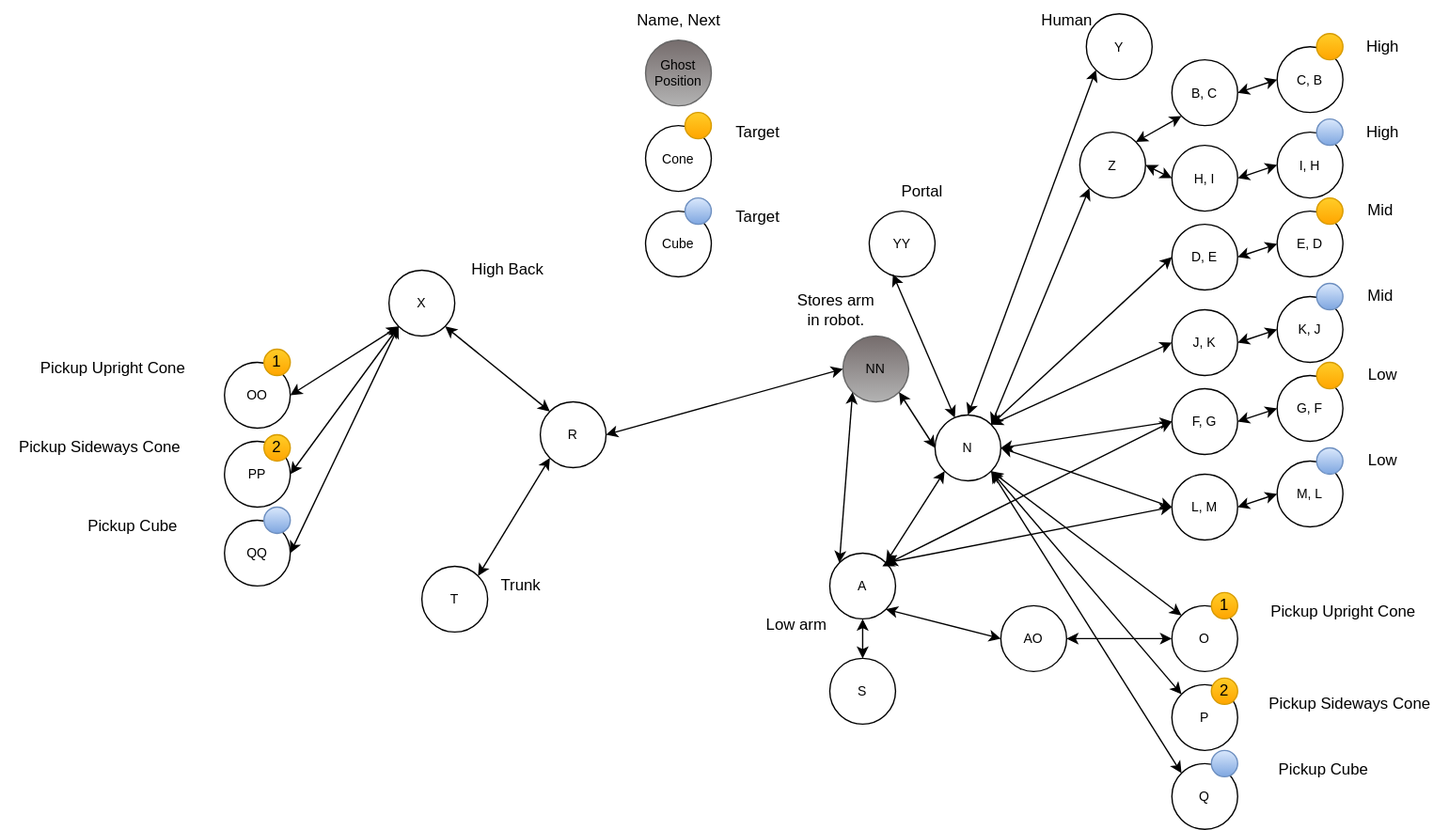
Earlier version of the draw.io export src/main/java/frc/robot/subsystems/Arm/arm.drawio.svg (RossRambotics/2023-ChargedUp). Source tidied: cells renumbered, new cells last; positions are measured from the earlier drawing's top-left corner, leaving out a move shared by most shapes.
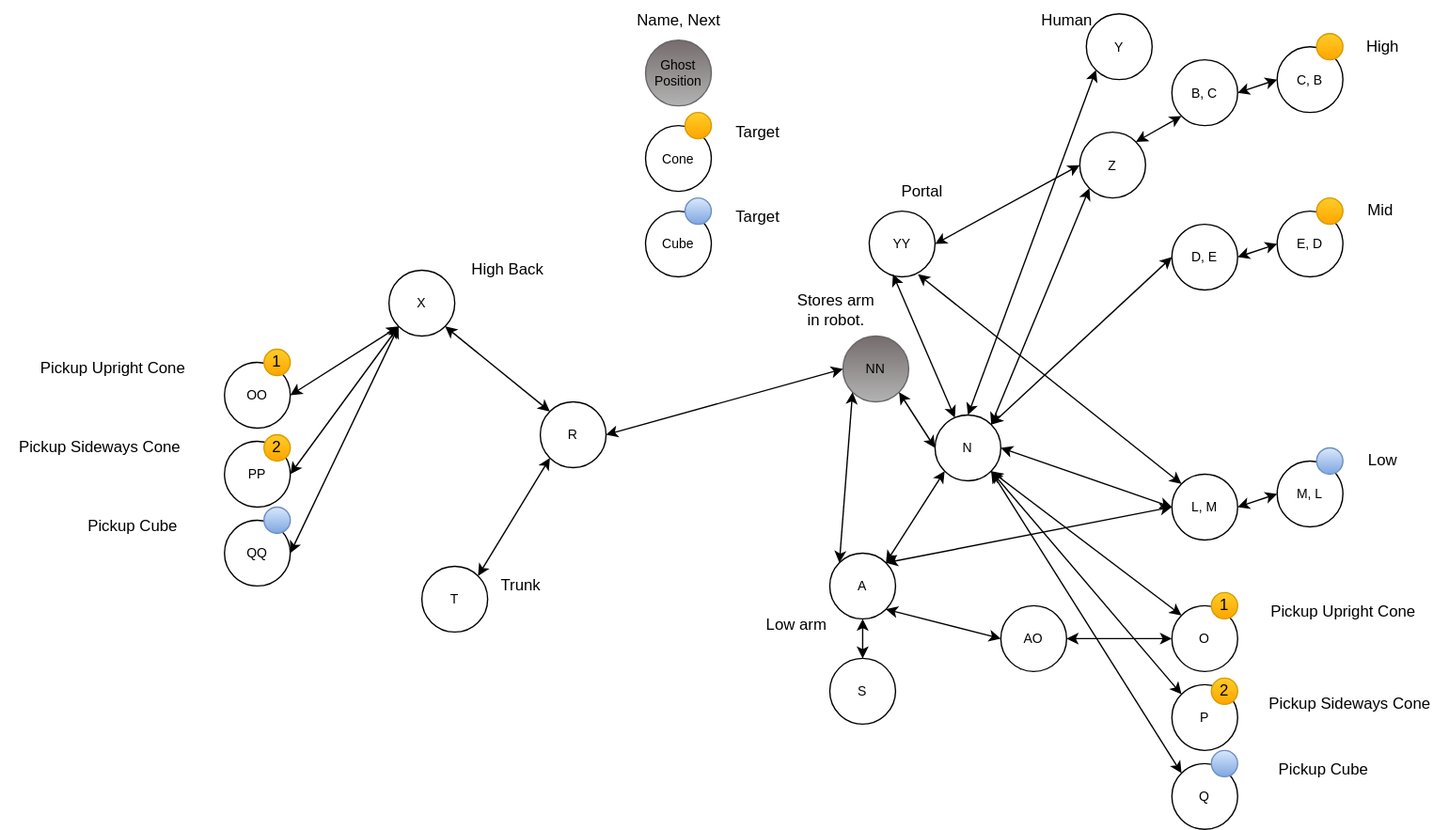
The same diagram one commit later.

Diff of the diagram source:
```diff
@@ -38,54 +38,15 @@
     <mxCell id="13" value="High&lt;br&gt;" style="text;html=1;align=center;verticalAlign=middle;strokeColor=none;fillColor=none;" parent="1" vertex="1">
       <mxGeometry x="1025" y="20" width="50" height="30" as="geometry" />
     </mxCell>
-    <mxCell id="14" value="F, G" style="ellipse;whiteSpace=wrap;html=1;fontSize=10;" parent="1" vertex="1">
-      <mxGeometry x="890" y="295" width="50" height="50" as="geometry" />
-    </mxCell>
-    <mxCell id="15" value="G, F" style="ellipse;whiteSpace=wrap;html=1;fontSize=10;" parent="1" vertex="1">
-      <mxGeometry x="970" y="285" width="50" height="50" as="geometry" />
-    </mxCell>
-    <mxCell id="16" style="edgeStyle=none;html=1;exitX=0;exitY=0.5;exitDx=0;exitDy=0;entryX=1;entryY=0.5;entryDx=0;entryDy=0;fontSize=10;startArrow=classic;startFill=1;" parent="1" edge="1" source="15" target="14">
-      <mxGeometry relative="1" as="geometry" />
-    </mxCell>
-    <mxCell id="17" style="ellipse;whiteSpace=wrap;html=1;fillColor=#ffcd28;gradientColor=#ffa500;strokeColor=#d79b00;" parent="1" vertex="1">
-      <mxGeometry x="1000" y="275" width="20" height="20" as="geometry" />
-    </mxCell>
     <mxCell id="18" value="Mid&lt;span style=&quot;color: rgba(0, 0, 0, 0); font-family: monospace; font-size: 0px; text-align: start;&quot;&gt;%3CmxGraphModel%3E%3Croot%3E%3CmxCell%20id%3D%220%22%2F%3E%3CmxCell%20id%3D%221%22%20parent%3D%220%22%2F%3E%3CmxCell%20id%3D%222%22%20value%3D%22High%26lt%3Bbr%26gt%3B%22%20style%3D%22text%3Bhtml%3D1%3Balign%3Dcenter%3BverticalAlign%3Dmiddle%3Bresizable%3D0%3Bpoints%3D%5B%5D%3Bautosize%3D1%3BstrokeColor%3Dnone%3BfillColor%3Dnone%3B%22%20vertex%3D%221%22%20parent%3D%221%22%3E%3CmxGeometry%20x%3D%22575%22%20y%3D%22135%22%20width%3D%2250%22%20height%3D%2230%22%20as%3D%22geometry%22%2F%3E%3C%2FmxCell%3E%3C%2Froot%3E%3C%2FmxGraphModel%3E&lt;/span&gt;" style="text;html=1;align=center;verticalAlign=middle;strokeColor=none;fillColor=none;" parent="1" vertex="1">
       <mxGeometry x="1030" y="145" width="40" height="30" as="geometry" />
     </mxCell>
-    <mxCell id="19" value="Low" style="text;html=1;align=center;verticalAlign=middle;strokeColor=none;fillColor=none;" parent="1" vertex="1">
-      <mxGeometry x="1025" y="270" width="50" height="30" as="geometry" />
-    </mxCell>
     <mxCell id="20" style="edgeStyle=none;html=1;exitX=0;exitY=0.5;exitDx=0;exitDy=0;fontSize=10;startArrow=classic;startFill=1;entryX=1;entryY=0;entryDx=0;entryDy=0;" parent="1" edge="1" source="9" target="3">
       <mxGeometry relative="1" as="geometry" />
     </mxCell>
-    <mxCell id="21" value="H, I" style="ellipse;whiteSpace=wrap;html=1;fontSize=10;" parent="1" vertex="1">
-      <mxGeometry x="890" y="110" width="50" height="50" as="geometry" />
-    </mxCell>
-    <mxCell id="22" value="I, H" style="ellipse;whiteSpace=wrap;html=1;fontSize=10;" parent="1" vertex="1">
-      <mxGeometry x="970" y="100" width="50" height="50" as="geometry" />
-    </mxCell>
-    <mxCell id="23" style="edgeStyle=none;html=1;exitX=0;exitY=0.5;exitDx=0;exitDy=0;entryX=1;entryY=0.5;entryDx=0;entryDy=0;fontSize=10;startArrow=classic;startFill=1;" parent="1" edge="1" source="22" target="21">
+    <mxCell id="23" style="edgeStyle=none;html=1;exitX=0;exitY=0;exitDx=0;exitDy=0;entryX=0.74;entryY=0.96;entryDx=0;entryDy=0;fontSize=10;startArrow=classic;startFill=1;entryPerimeter=0;" parent="1" edge="1" source="30" target="99">
       <mxGeometry relative="1" as="geometry" />
     </mxCell>
-    <mxCell id="24" style="ellipse;whiteSpace=wrap;html=1;fillColor=#dae8fc;gradientColor=#7ea6e0;strokeColor=#6c8ebf;" parent="1" vertex="1">
-      <mxGeometry x="1000" y="90" width="20" height="20" as="geometry" />
-    </mxCell>
-    <mxCell id="25" value="J, K" style="ellipse;whiteSpace=wrap;html=1;fontSize=10;" parent="1" vertex="1">
-      <mxGeometry x="890" y="235" width="50" height="50" as="geometry" />
-    </mxCell>
-    <mxCell id="26" value="K, J" style="ellipse;whiteSpace=wrap;html=1;fontSize=10;" parent="1" vertex="1">
-      <mxGeometry x="970" y="225" width="50" height="50" as="geometry" />
-    </mxCell>
-    <mxCell id="27" style="edgeStyle=none;html=1;exitX=0;exitY=0.5;exitDx=0;exitDy=0;entryX=1;entryY=0.5;entryDx=0;entryDy=0;fontSize=10;startArrow=classic;startFill=1;" parent="1" edge="1" source="26" target="25">
-      <mxGeometry relative="1" as="geometry" />
-    </mxCell>
-    <mxCell id="28" style="ellipse;whiteSpace=wrap;html=1;fillColor=#dae8fc;gradientColor=#7ea6e0;strokeColor=#6c8ebf;" parent="1" vertex="1">
-      <mxGeometry x="1000" y="215" width="20" height="20" as="geometry" />
-    </mxCell>
-    <mxCell id="29" value="High&lt;br&gt;" style="text;html=1;align=center;verticalAlign=middle;strokeColor=none;fillColor=none;" parent="1" vertex="1">
-      <mxGeometry x="1025" y="85" width="50" height="30" as="geometry" />
-    </mxCell>
     <mxCell id="30" value="L, M" style="ellipse;whiteSpace=wrap;html=1;fontSize=10;" parent="1" vertex="1">
       <mxGeometry x="890" y="360" width="50" height="50" as="geometry" />
     </mxCell>
@@ -98,15 +59,9 @@
     <mxCell id="33" style="ellipse;whiteSpace=wrap;html=1;fillColor=#dae8fc;gradientColor=#7ea6e0;strokeColor=#6c8ebf;" parent="1" vertex="1">
       <mxGeometry x="1000" y="340" width="20" height="20" as="geometry" />
     </mxCell>
-    <mxCell id="34" value="Mid&lt;span style=&quot;color: rgba(0, 0, 0, 0); font-family: monospace; font-size: 0px; text-align: start;&quot;&gt;%3CmxGraphModel%3E%3Croot%3E%3CmxCell%20id%3D%220%22%2F%3E%3CmxCell%20id%3D%221%22%20parent%3D%220%22%2F%3E%3CmxCell%20id%3D%222%22%20value%3D%22High%26lt%3Bbr%26gt%3B%22%20style%3D%22text%3Bhtml%3D1%3Balign%3Dcenter%3BverticalAlign%3Dmiddle%3Bresizable%3D0%3Bpoints%3D%5B%5D%3Bautosize%3D1%3BstrokeColor%3Dnone%3BfillColor%3Dnone%3B%22%20vertex%3D%221%22%20parent%3D%221%22%3E%3CmxGeometry%20x%3D%22575%22%20y%3D%22135%22%20width%3D%2250%22%20height%3D%2230%22%20as%3D%22geometry%22%2F%3E%3C%2FmxCell%3E%3C%2Froot%3E%3C%2FmxGraphModel%3E&lt;/span&gt;" style="text;html=1;align=center;verticalAlign=middle;strokeColor=none;fillColor=none;" parent="1" vertex="1">
-      <mxGeometry x="1030" y="210" width="40" height="30" as="geometry" />
-    </mxCell>
     <mxCell id="35" value="Low" style="text;html=1;align=center;verticalAlign=middle;strokeColor=none;fillColor=none;" parent="1" vertex="1">
       <mxGeometry x="1025" y="335" width="50" height="30" as="geometry" />
     </mxCell>
-    <mxCell id="36" style="edgeStyle=none;html=1;exitX=0;exitY=0.5;exitDx=0;exitDy=0;entryX=1;entryY=0;entryDx=0;entryDy=0;fontSize=10;startArrow=classic;startFill=1;" parent="1" edge="1" source="25" target="3">
-      <mxGeometry relative="1" as="geometry" />
-    </mxCell>
     <mxCell id="37" style="edgeStyle=none;html=1;exitX=0;exitY=0.5;exitDx=0;exitDy=0;entryX=1;entryY=0.5;entryDx=0;entryDy=0;fontSize=10;startArrow=classic;startFill=1;" parent="1" edge="1" source="30" target="3">
       <mxGeometry relative="1" as="geometry" />
     </mxCell>
@@ -242,20 +197,12 @@
     <mxCell id="81" style="edgeStyle=none;html=1;exitX=0;exitY=0;exitDx=0;exitDy=0;fontSize=10;startArrow=classic;startFill=1;entryX=1;entryY=1;entryDx=0;entryDy=0;" parent="1" edge="1" source="49" target="3">
       <mxGeometry relative="1" as="geometry" />
     </mxCell>
-    <mxCell id="82" style="edgeStyle=none;html=1;exitX=0;exitY=0.5;exitDx=0;exitDy=0;fontSize=10;startArrow=classic;startFill=1;" parent="1" edge="1" source="14">
-      <mxGeometry relative="1" as="geometry">
-        <mxPoint x="670" y="430" as="targetPoint" />
-      </mxGeometry>
-    </mxCell>
     <mxCell id="83" style="edgeStyle=none;html=1;exitX=0;exitY=0.5;exitDx=0;exitDy=0;fontSize=10;startArrow=classic;startFill=1;entryX=1;entryY=0;entryDx=0;entryDy=0;" parent="1" edge="1" source="30" target="38">
       <mxGeometry relative="1" as="geometry" />
     </mxCell>
     <mxCell id="84" value="Low arm" style="text;strokeColor=none;align=center;fillColor=none;html=1;verticalAlign=middle;whiteSpace=wrap;rounded=0;" parent="1" vertex="1">
       <mxGeometry x="570" y="460" width="70" height="30" as="geometry" />
     </mxCell>
-    <mxCell id="85" style="edgeStyle=none;html=1;exitX=0;exitY=0.5;exitDx=0;exitDy=0;entryX=1;entryY=0.5;entryDx=0;entryDy=0;fontSize=10;startArrow=classic;startFill=1;" parent="1" edge="1" source="14" target="3">
-      <mxGeometry relative="1" as="geometry" />
-    </mxCell>
     <mxCell id="86" value="X" style="ellipse;whiteSpace=wrap;html=1;fontSize=10;" parent="1" vertex="1">
       <mxGeometry x="295" y="205" width="50" height="50" as="geometry" />
     </mxCell>
@@ -283,9 +230,6 @@
     <mxCell id="94" style="edgeStyle=none;html=1;exitX=0;exitY=1;exitDx=0;exitDy=0;fontSize=10;startArrow=classic;startFill=1;entryX=1;entryY=0;entryDx=0;entryDy=0;" parent="1" edge="1" source="4" target="93">
       <mxGeometry relative="1" as="geometry" />
     </mxCell>
-    <mxCell id="95" style="edgeStyle=none;html=1;exitX=0;exitY=0.5;exitDx=0;exitDy=0;fontSize=10;startArrow=classic;startFill=1;entryX=1;entryY=0.5;entryDx=0;entryDy=0;" parent="1" edge="1" source="21" target="93">
-      <mxGeometry relative="1" as="geometry" />
-    </mxCell>
     <mxCell id="96" style="edgeStyle=none;html=1;exitX=0.5;exitY=1;exitDx=0;exitDy=0;" parent="1" edge="1" source="97">
       <mxGeometry relative="1" as="geometry">
         <mxPoint x="770" y="500" as="targetPoint" />
@@ -306,5 +250,8 @@
     <mxCell id="101" value="Portal" style="text;html=1;align=center;verticalAlign=middle;strokeColor=none;fillColor=none;" parent="1" vertex="1">
       <mxGeometry x="675" y="130" width="50" height="30" as="geometry" />
     </mxCell>
+    <mxCell id="102" style="edgeStyle=none;html=1;exitX=0;exitY=0.5;exitDx=0;exitDy=0;fontSize=10;startArrow=classic;startFill=1;entryX=1;entryY=0.5;entryDx=0;entryDy=0;" parent="1" edge="1" source="93" target="99">
+      <mxGeometry relative="1" as="geometry" />
+    </mxCell>
   </root>
 </mxGraphModel>
```
